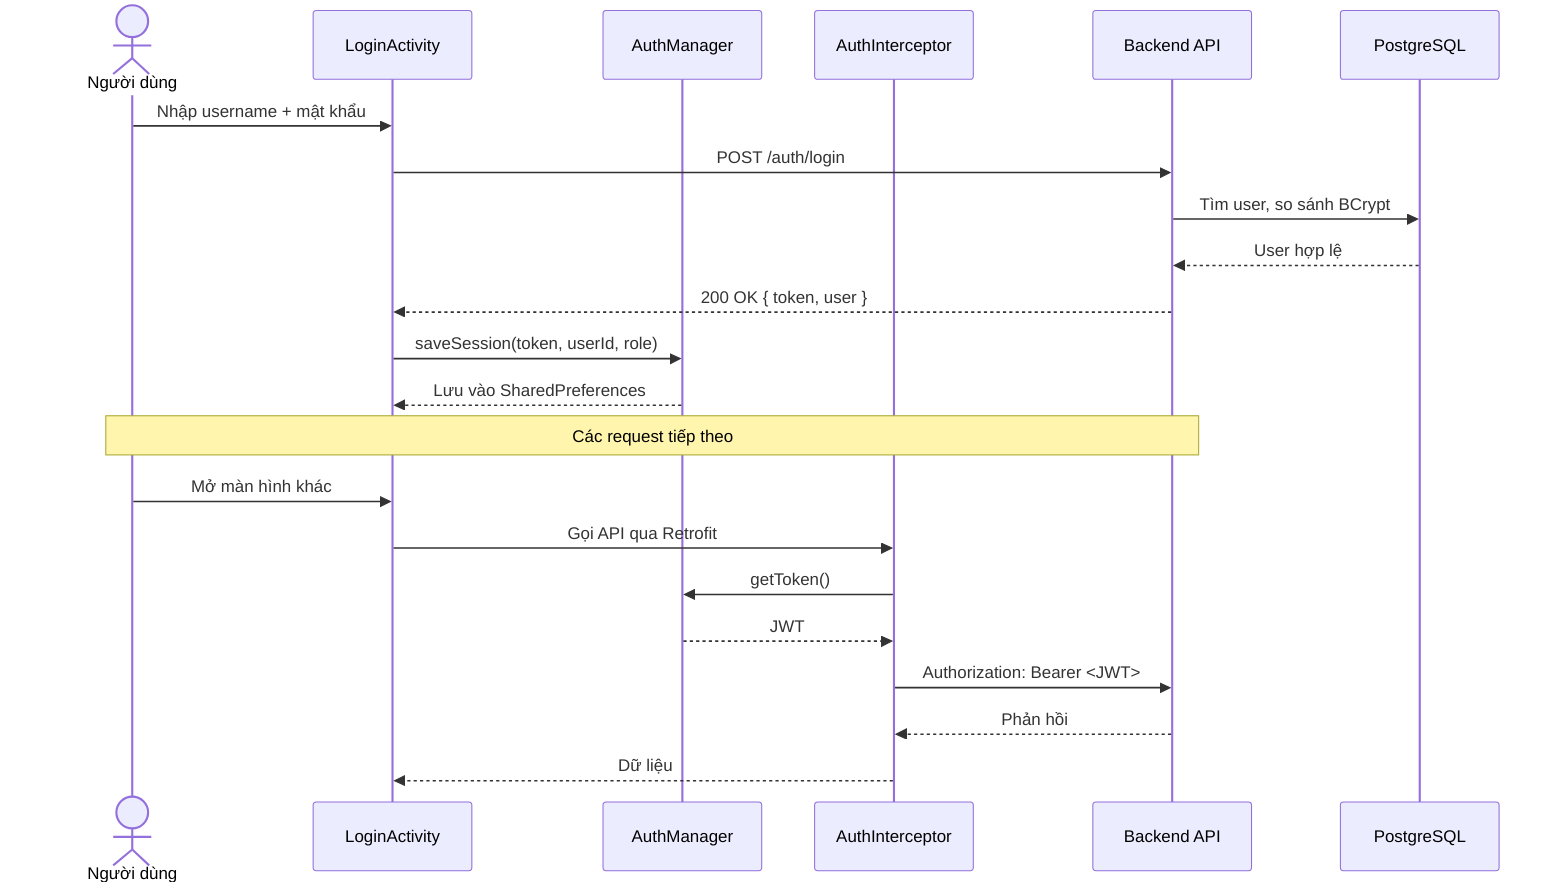
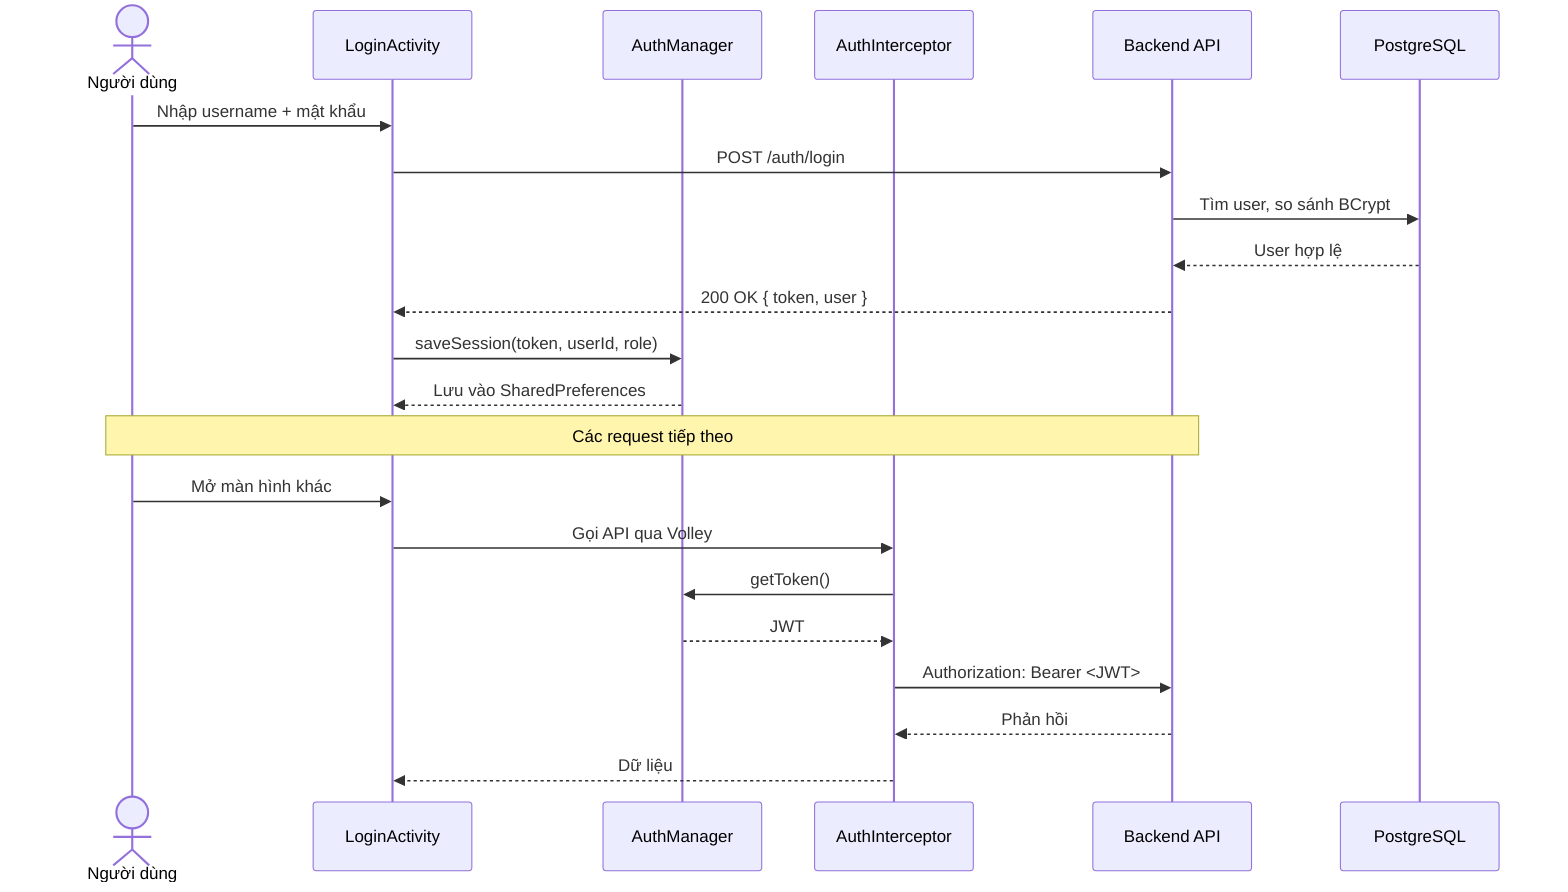
%%{init: {"theme": "default"}}%%
sequenceDiagram
    actor U as Người dùng
    participant LA as LoginActivity
    participant AM as AuthManager
    participant AI as AuthInterceptor
    participant API as Backend API
    participant DB as PostgreSQL

    U->>LA: Nhập username + mật khẩu
    LA->>API: POST /auth/login
    API->>DB: Tìm user, so sánh BCrypt
    DB-->>API: User hợp lệ
    API-->>LA: 200 OK { token, user }
    LA->>AM: saveSession(token, userId, role)
    AM-->>LA: Lưu vào SharedPreferences

    Note over U,API: Các request tiếp theo

    U->>LA: Mở màn hình khác
-     LA->>AI: Gọi API qua Retrofit
+     LA->>AI: Gọi API qua Volley
    AI->>AM: getToken()
    AM-->>AI: JWT
    AI->>API: Authorization: Bearer <JWT>
    API-->>AI: Phản hồi
    AI-->>LA: Dữ liệu
